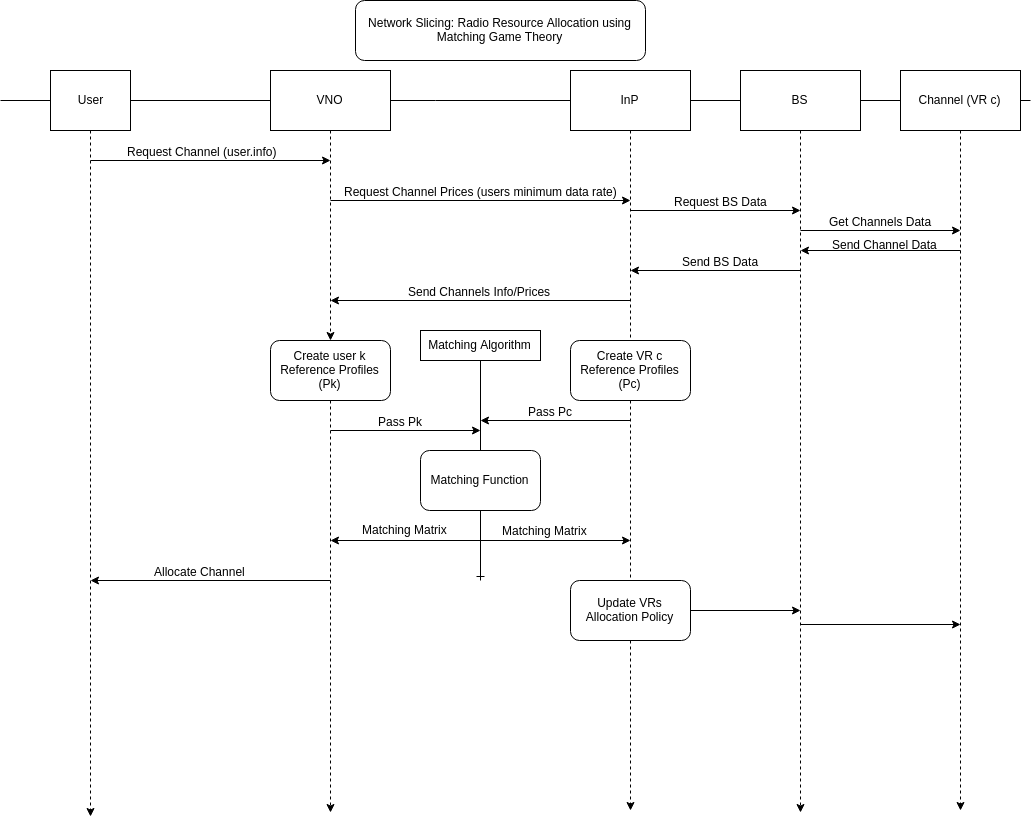
Earlier version of the draw.io export Sequence-Chart_NS-RRA.png (istanbul-arel-university/NS-RRA). Source tidied: cells renumbered, new cells last; positions are measured from the earlier drawing's top-left corner, leaving out a move shared by most shapes. Its diagram source:
```xml
<mxGraphModel background="#ffffff">
  <root>
    <mxCell id="0" />
    <mxCell id="1" parent="0" />
    <mxCell id="2" style="endArrow=none;html=1;" parent="1" edge="1" source="7">
      <mxGeometry relative="1" as="geometry">
        <mxPoint x="1030" y="100" as="targetPoint" />
      </mxGeometry>
    </mxCell>
    <mxCell id="3" style="edgeStyle=none;rounded=0;jettySize=auto;html=1;dashed=1;endArrow=classic;endFill=1;" parent="1" edge="1" source="4">
      <mxGeometry relative="1" as="geometry">
        <mxPoint x="90" y="816" as="targetPoint" />
      </mxGeometry>
    </mxCell>
    <mxCell id="4" value="User" style="rounded=0;whiteSpace=wrap;html=1;" parent="1" vertex="1">
      <mxGeometry x="50" y="70" width="80" height="60" as="geometry" />
    </mxCell>
    <mxCell id="5" style="endArrow=none;html=1;" parent="1" edge="1" target="4">
      <mxGeometry relative="1" as="geometry">
        <mxPoint y="100" as="sourcePoint" />
      </mxGeometry>
    </mxCell>
    <mxCell id="6" style="edgeStyle=orthogonalEdgeStyle;rounded=0;jettySize=auto;html=1;dashed=1;" parent="1" edge="1" source="7">
      <mxGeometry relative="1" as="geometry">
        <mxPoint x="800" y="812" as="targetPoint" />
      </mxGeometry>
    </mxCell>
    <mxCell id="7" value="BS" style="rounded=0;whiteSpace=wrap;html=1;" parent="1" vertex="1">
      <mxGeometry x="740" y="70" width="120" height="60" as="geometry" />
    </mxCell>
    <mxCell id="8" style="endArrow=none;html=1;" parent="1" edge="1" source="4" target="7">
      <mxGeometry relative="1" as="geometry" />
    </mxCell>
    <mxCell id="9" style="edgeStyle=orthogonalEdgeStyle;rounded=0;jettySize=auto;html=1;dashed=1;" parent="1" edge="1" source="10">
      <mxGeometry relative="1" as="geometry">
        <mxPoint x="630" y="810" as="targetPoint" />
      </mxGeometry>
    </mxCell>
    <mxCell id="10" value="InP" style="rounded=0;whiteSpace=wrap;html=1;" parent="1" vertex="1">
      <mxGeometry x="570" y="70" width="120" height="60" as="geometry" />
    </mxCell>
    <mxCell id="11" style="rounded=0;jettySize=auto;html=1;dashed=1;" parent="1" edge="1" source="32">
      <mxGeometry relative="1" as="geometry">
        <mxPoint x="330" y="812" as="targetPoint" />
      </mxGeometry>
    </mxCell>
    <mxCell id="12" value="VNO" style="rounded=0;whiteSpace=wrap;html=1;" parent="1" vertex="1">
      <mxGeometry x="270" y="70" width="120" height="60" as="geometry" />
    </mxCell>
    <mxCell id="13" style="edgeStyle=orthogonalEdgeStyle;rounded=0;jettySize=auto;html=1;dashed=1;" parent="1" edge="1" source="14">
      <mxGeometry relative="1" as="geometry">
        <mxPoint x="960" y="810" as="targetPoint" />
      </mxGeometry>
    </mxCell>
    <mxCell id="14" value="Channel (VR c)" style="rounded=0;whiteSpace=wrap;html=1;" parent="1" vertex="1">
      <mxGeometry x="900" y="70" width="120" height="60" as="geometry" />
    </mxCell>
    <mxCell id="15" style="endArrow=classic;html=1;" parent="1" edge="1">
      <mxGeometry relative="1" as="geometry">
        <mxPoint x="330" y="580" as="sourcePoint" />
        <mxPoint x="90" y="580" as="targetPoint" />
      </mxGeometry>
    </mxCell>
    <mxCell id="16" value="Allocate Channel" style="text;html=1;align=center;verticalAlign=middle;labelBackgroundColor=#ffffff;" parent="15" vertex="1">
      <mxGeometry x="0.36" y="3" relative="1" as="geometry">
        <mxPoint x="32" y="-13" as="offset" />
      </mxGeometry>
    </mxCell>
    <mxCell id="17" style="endArrow=classic;html=1;" parent="1" edge="1">
      <mxGeometry relative="1" as="geometry">
        <mxPoint x="90" y="160" as="sourcePoint" />
        <mxPoint x="330" y="160" as="targetPoint" />
      </mxGeometry>
    </mxCell>
    <mxCell id="18" value="Request Channel (user.info)" style="text;html=1;align=center;verticalAlign=middle;labelBackgroundColor=#ffffff;" parent="17" vertex="1">
      <mxGeometry x="-0.28" y="2" relative="1" as="geometry">
        <mxPoint x="25" y="-8" as="offset" />
      </mxGeometry>
    </mxCell>
    <mxCell id="19" style="endArrow=classic;html=1;" parent="1" edge="1">
      <mxGeometry relative="1" as="geometry">
        <mxPoint x="330" y="200" as="sourcePoint" />
        <mxPoint x="630" y="200" as="targetPoint" />
      </mxGeometry>
    </mxCell>
    <mxCell id="20" value="Request Channel Prices (users minimum data rate)" style="text;html=1;align=center;verticalAlign=middle;labelBackgroundColor=#ffffff;" parent="19" vertex="1">
      <mxGeometry x="-0.28" y="2" relative="1" as="geometry">
        <mxPoint x="42" y="-8" as="offset" />
      </mxGeometry>
    </mxCell>
    <mxCell id="21" style="endArrow=classic;html=1;" parent="1" edge="1">
      <mxGeometry relative="1" as="geometry">
        <mxPoint x="630" y="300" as="sourcePoint" />
        <mxPoint x="330" y="300" as="targetPoint" />
      </mxGeometry>
    </mxCell>
    <mxCell id="22" value="Send Channels Info/Prices&amp;nbsp;" style="text;html=1;align=center;verticalAlign=middle;labelBackgroundColor=#ffffff;" parent="21" vertex="1">
      <mxGeometry x="-0.28" y="2" relative="1" as="geometry">
        <mxPoint x="-42" y="-12" as="offset" />
      </mxGeometry>
    </mxCell>
    <mxCell id="23" style="endArrow=classic;html=1;" parent="1" edge="1">
      <mxGeometry relative="1" as="geometry">
        <mxPoint x="630" y="210" as="sourcePoint" />
        <mxPoint x="800" y="210" as="targetPoint" />
      </mxGeometry>
    </mxCell>
    <mxCell id="24" value="Request BS Data" style="text;html=1;align=center;verticalAlign=middle;labelBackgroundColor=#ffffff;" parent="23" vertex="1">
      <mxGeometry x="0.15" y="2" relative="1" as="geometry">
        <mxPoint x="-8" y="-8" as="offset" />
      </mxGeometry>
    </mxCell>
    <mxCell id="25" style="endArrow=classic;html=1;" parent="1" edge="1">
      <mxGeometry relative="1" as="geometry">
        <mxPoint x="800" y="230" as="sourcePoint" />
        <mxPoint x="960" y="230" as="targetPoint" />
      </mxGeometry>
    </mxCell>
    <mxCell id="26" value="Get Channels Data" style="text;html=1;align=center;verticalAlign=middle;labelBackgroundColor=#ffffff;" parent="25" vertex="1">
      <mxGeometry x="-0.29" y="3" relative="1" as="geometry">
        <mxPoint x="23" y="-7" as="offset" />
      </mxGeometry>
    </mxCell>
    <mxCell id="27" style="endArrow=classic;html=1;" parent="1" edge="1">
      <mxGeometry relative="1" as="geometry">
        <mxPoint x="960" y="250" as="sourcePoint" />
        <mxPoint x="800" y="250" as="targetPoint" />
      </mxGeometry>
    </mxCell>
    <mxCell id="28" style="endArrow=classic;html=1;" parent="1" edge="1">
      <mxGeometry relative="1" as="geometry">
        <mxPoint x="800" y="270" as="sourcePoint" />
        <mxPoint x="630" y="270" as="targetPoint" />
      </mxGeometry>
    </mxCell>
    <mxCell id="29" value="Send BS Data" style="text;html=1;align=center;verticalAlign=middle;labelBackgroundColor=#ffffff;" parent="28" vertex="1">
      <mxGeometry x="-0.15" relative="1" as="geometry">
        <mxPoint x="-7.5" y="-10" as="offset" />
      </mxGeometry>
    </mxCell>
    <mxCell id="30" value="Send Channel Data" style="text;html=1;align=left;verticalAlign=top;spacingTop=-4;" parent="1" vertex="1">
      <mxGeometry x="830" y="235" width="120" height="20" as="geometry" />
    </mxCell>
    <mxCell id="31" value="Create VR c Reference Profiles (Pc)" style="rounded=1;whiteSpace=wrap;html=1;" parent="1" vertex="1">
      <mxGeometry x="570" y="340" width="120" height="60" as="geometry" />
    </mxCell>
    <mxCell id="32" value="Create user k Reference Profiles (Pk)" style="rounded=1;whiteSpace=wrap;html=1;" parent="1" vertex="1">
      <mxGeometry x="270" y="340" width="120" height="60" as="geometry" />
    </mxCell>
    <mxCell id="33" style="rounded=0;jettySize=auto;html=1;dashed=1;" parent="1" edge="1" source="12" target="32">
      <mxGeometry relative="1" as="geometry" />
    </mxCell>
    <mxCell id="34" style="edgeStyle=none;rounded=0;jettySize=auto;html=1;endArrow=ERone;endFill=0;" parent="1" edge="1" source="35">
      <mxGeometry relative="1" as="geometry">
        <mxPoint x="480" y="580" as="targetPoint" />
      </mxGeometry>
    </mxCell>
    <mxCell id="35" value="Matching Algorithm" style="rounded=0;whiteSpace=wrap;html=1;" parent="1" vertex="1">
      <mxGeometry x="420" y="330" width="120" height="30" as="geometry" />
    </mxCell>
    <mxCell id="36" style="endArrow=classic;html=1;" parent="1" edge="1">
      <mxGeometry relative="1" as="geometry">
        <mxPoint x="630" y="420" as="sourcePoint" />
        <mxPoint x="480" y="420" as="targetPoint" />
      </mxGeometry>
    </mxCell>
    <mxCell id="37" value="Pass Pc" style="text;html=1;align=center;verticalAlign=middle;labelBackgroundColor=#ffffff;" parent="36" vertex="1">
      <mxGeometry x="0.23" y="3" relative="1" as="geometry">
        <mxPoint x="12.5" y="-13" as="offset" />
      </mxGeometry>
    </mxCell>
    <mxCell id="38" style="endArrow=classic;html=1;" parent="1" edge="1">
      <mxGeometry relative="1" as="geometry">
        <mxPoint x="330" y="430" as="sourcePoint" />
        <mxPoint x="480" y="430" as="targetPoint" />
      </mxGeometry>
    </mxCell>
    <mxCell id="39" value="Pass Pk" style="text;html=1;align=center;verticalAlign=middle;labelBackgroundColor=#ffffff;" parent="38" vertex="1">
      <mxGeometry x="-0.12" y="1" relative="1" as="geometry">
        <mxPoint x="4" y="-9" as="offset" />
      </mxGeometry>
    </mxCell>
    <mxCell id="40" value="Matching Function" style="rounded=1;whiteSpace=wrap;html=1;" parent="1" vertex="1">
      <mxGeometry x="420" y="450" width="120" height="60" as="geometry" />
    </mxCell>
    <mxCell id="41" style="endArrow=classic;html=1;" parent="1" edge="1">
      <mxGeometry relative="1" as="geometry">
        <mxPoint x="480" y="540" as="sourcePoint" />
        <mxPoint x="630" y="540" as="targetPoint" />
      </mxGeometry>
    </mxCell>
    <mxCell id="42" style="endArrow=classic;html=1;" parent="1" edge="1">
      <mxGeometry relative="1" as="geometry">
        <mxPoint x="480" y="540" as="sourcePoint" />
        <mxPoint x="330" y="540" as="targetPoint" />
      </mxGeometry>
    </mxCell>
    <mxCell id="43" value="Matching Matrix" style="text;html=1;align=left;verticalAlign=top;spacingTop=-4;" parent="1" vertex="1">
      <mxGeometry x="500" y="521" width="100" height="20" as="geometry" />
    </mxCell>
    <mxCell id="44" value="Matching Matrix" style="text;html=1;align=left;verticalAlign=top;spacingTop=-4;" parent="1" vertex="1">
      <mxGeometry x="360" y="520" width="100" height="20" as="geometry" />
    </mxCell>
    <mxCell id="45" style="edgeStyle=none;rounded=0;jettySize=auto;html=1;endArrow=classic;endFill=1;" parent="1" edge="1" source="46">
      <mxGeometry relative="1" as="geometry">
        <mxPoint x="800" y="610" as="targetPoint" />
      </mxGeometry>
    </mxCell>
    <mxCell id="46" value="Update VRs Allocation Policy" style="rounded=1;whiteSpace=wrap;html=1;" parent="1" vertex="1">
      <mxGeometry x="570" y="580" width="120" height="60" as="geometry" />
    </mxCell>
    <mxCell id="47" style="edgeStyle=none;rounded=0;orthogonalLoop=1;jettySize=auto;html=1;endArrow=classic;endFill=1;" parent="1" edge="1">
      <mxGeometry relative="1" as="geometry">
        <mxPoint x="800" y="624" as="sourcePoint" />
        <mxPoint x="960" y="624" as="targetPoint" />
      </mxGeometry>
    </mxCell>
    <mxCell id="48" value="Network Slicing: Radio Resource Allocation using Matching Game Theory" style="rounded=1;whiteSpace=wrap;html=1;" parent="1" vertex="1">
      <mxGeometry x="355" width="290" height="60" as="geometry" />
    </mxCell>
  </root>
</mxGraphModel>
```
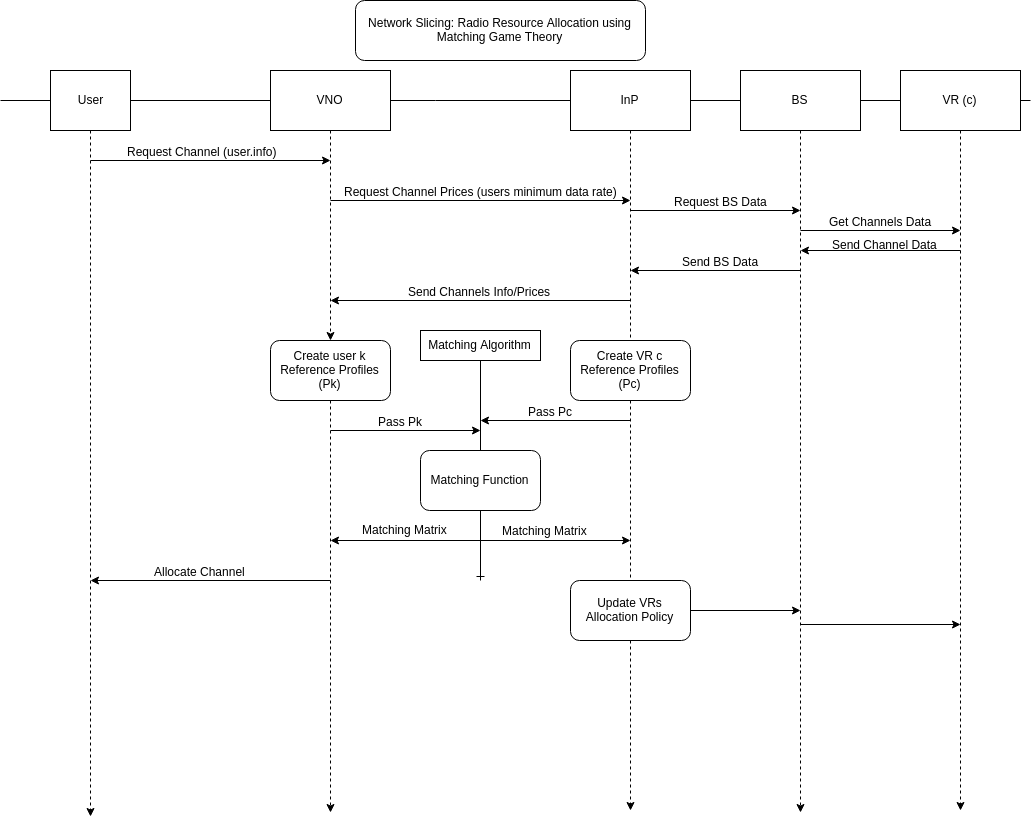
Later version of the same file.

Diff of the diagram source:
```diff
@@ -52,7 +52,7 @@
         <mxPoint x="960" y="810" as="targetPoint" />
       </mxGeometry>
     </mxCell>
-    <mxCell id="14" value="Channel (VR c)" style="rounded=0;whiteSpace=wrap;html=1;" parent="1" vertex="1">
+    <mxCell id="14" value="VR (c)" style="rounded=0;whiteSpace=wrap;html=1;" parent="1" vertex="1">
       <mxGeometry x="900" y="70" width="120" height="60" as="geometry" />
     </mxCell>
     <mxCell id="15" style="endArrow=classic;html=1;" parent="1" edge="1">
```
